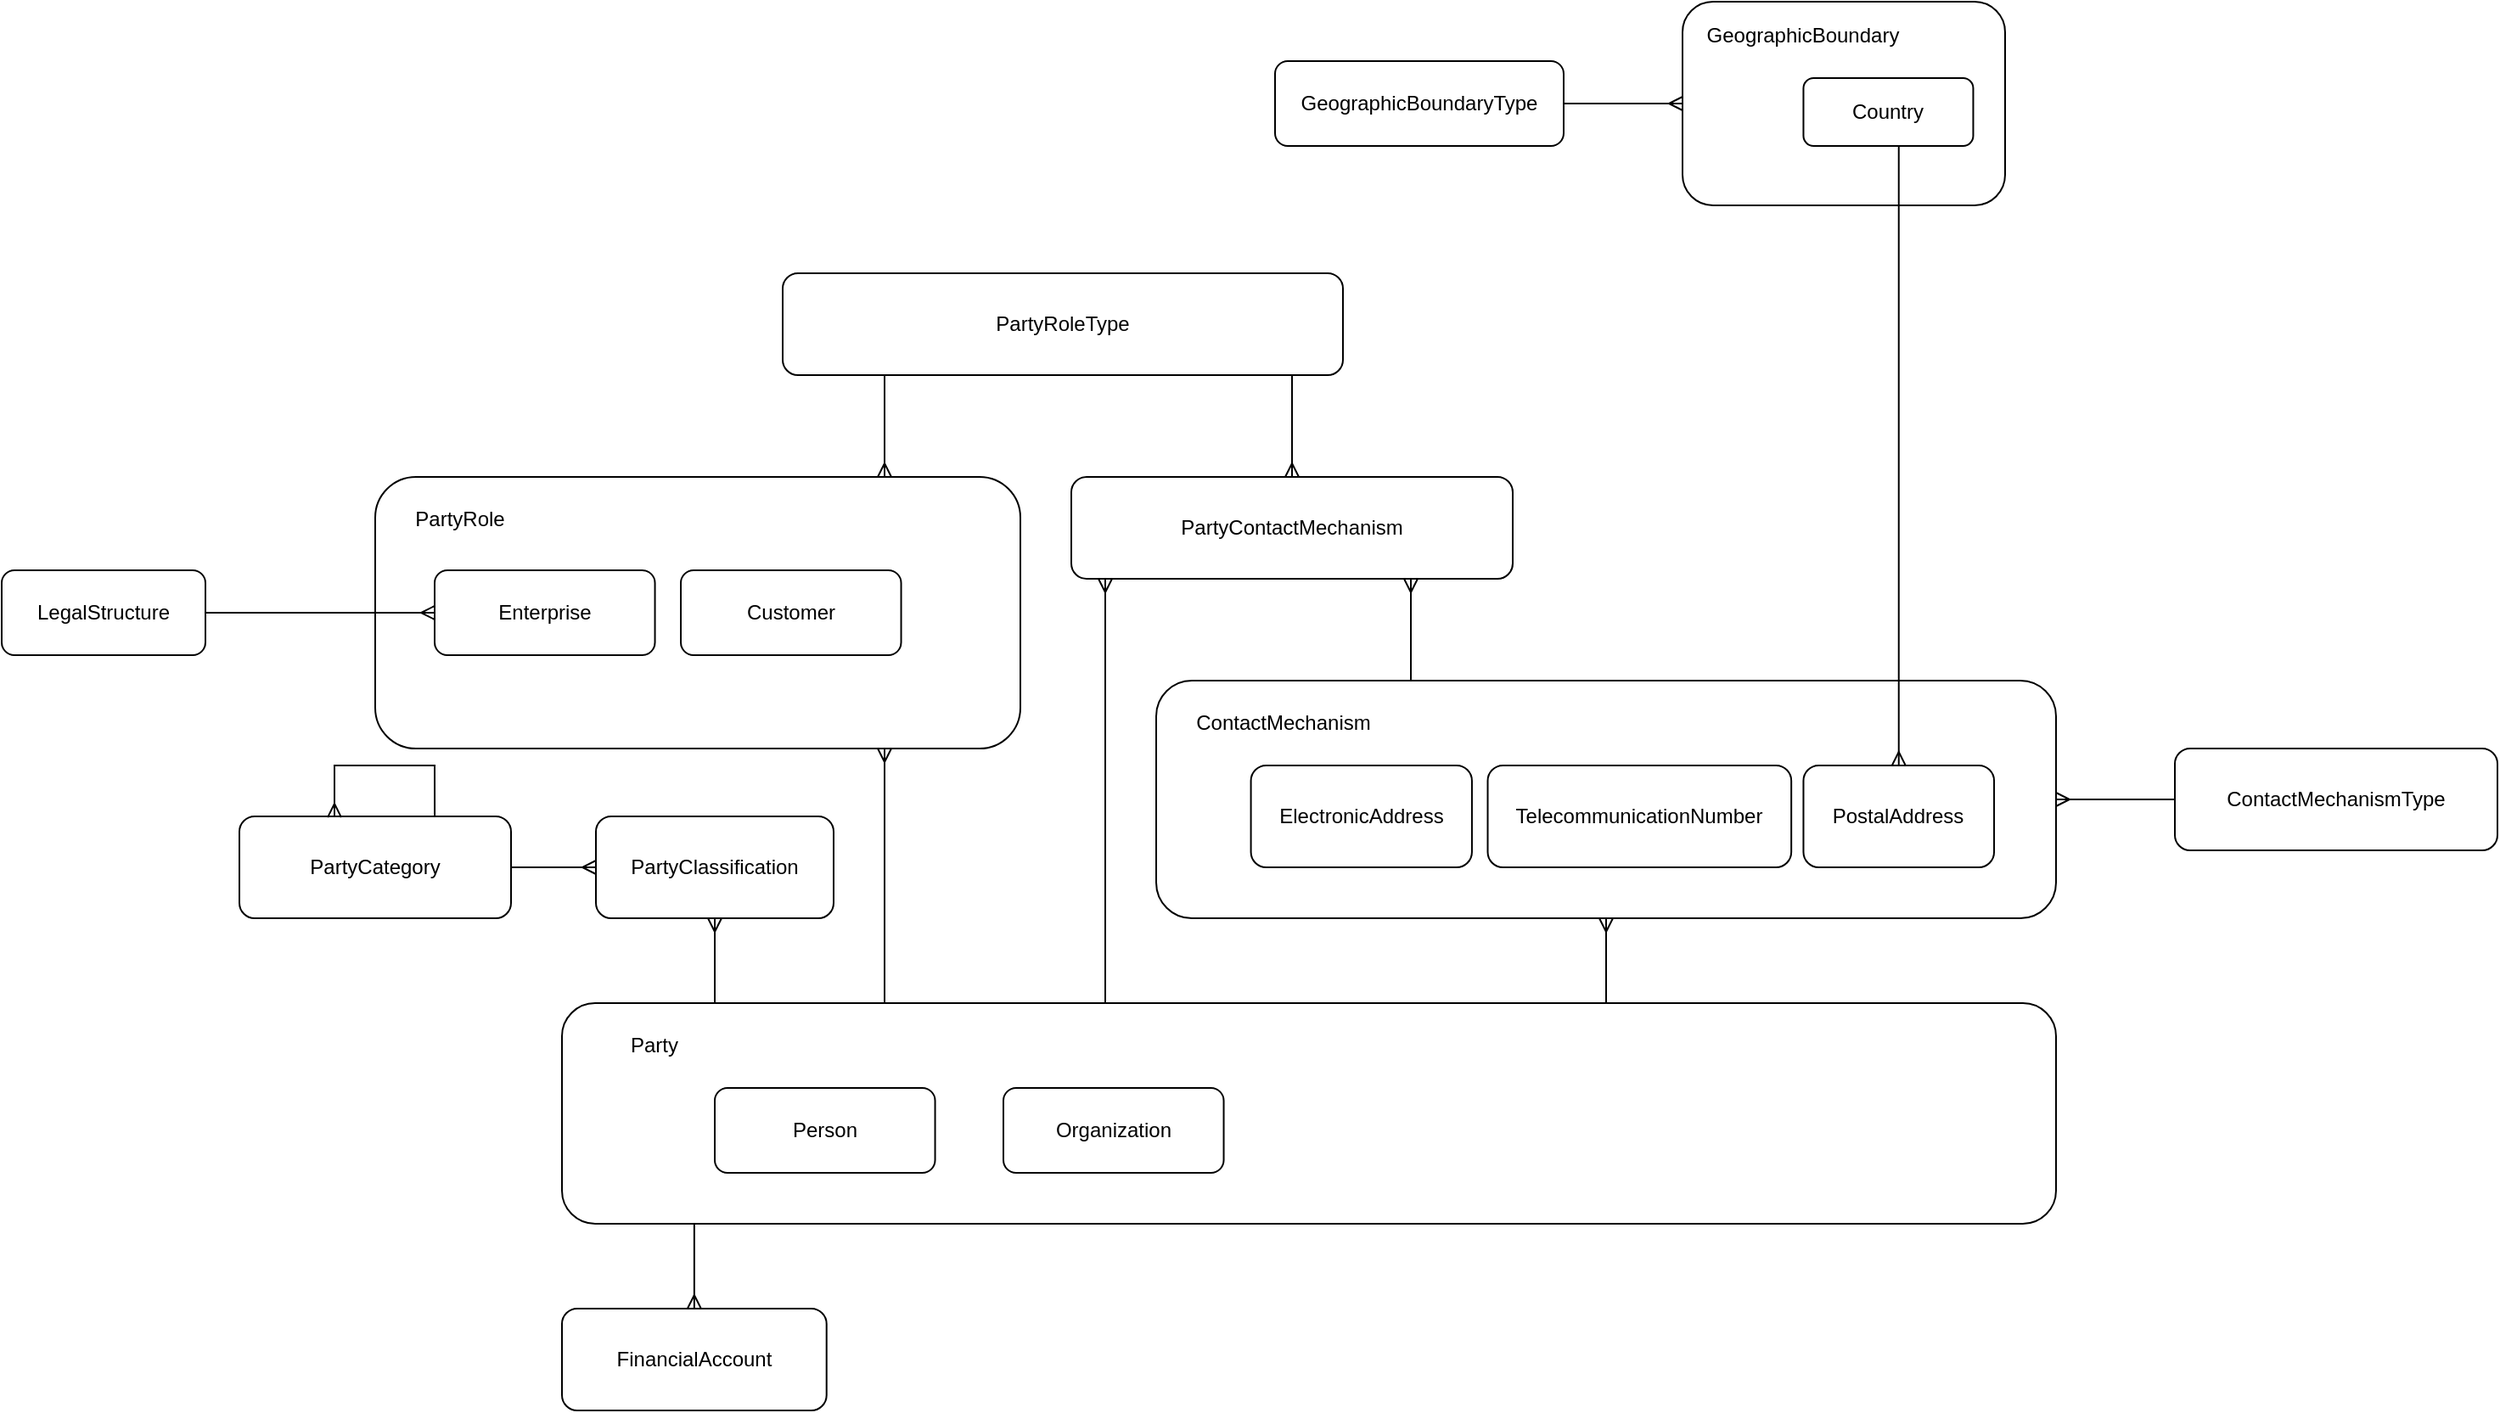
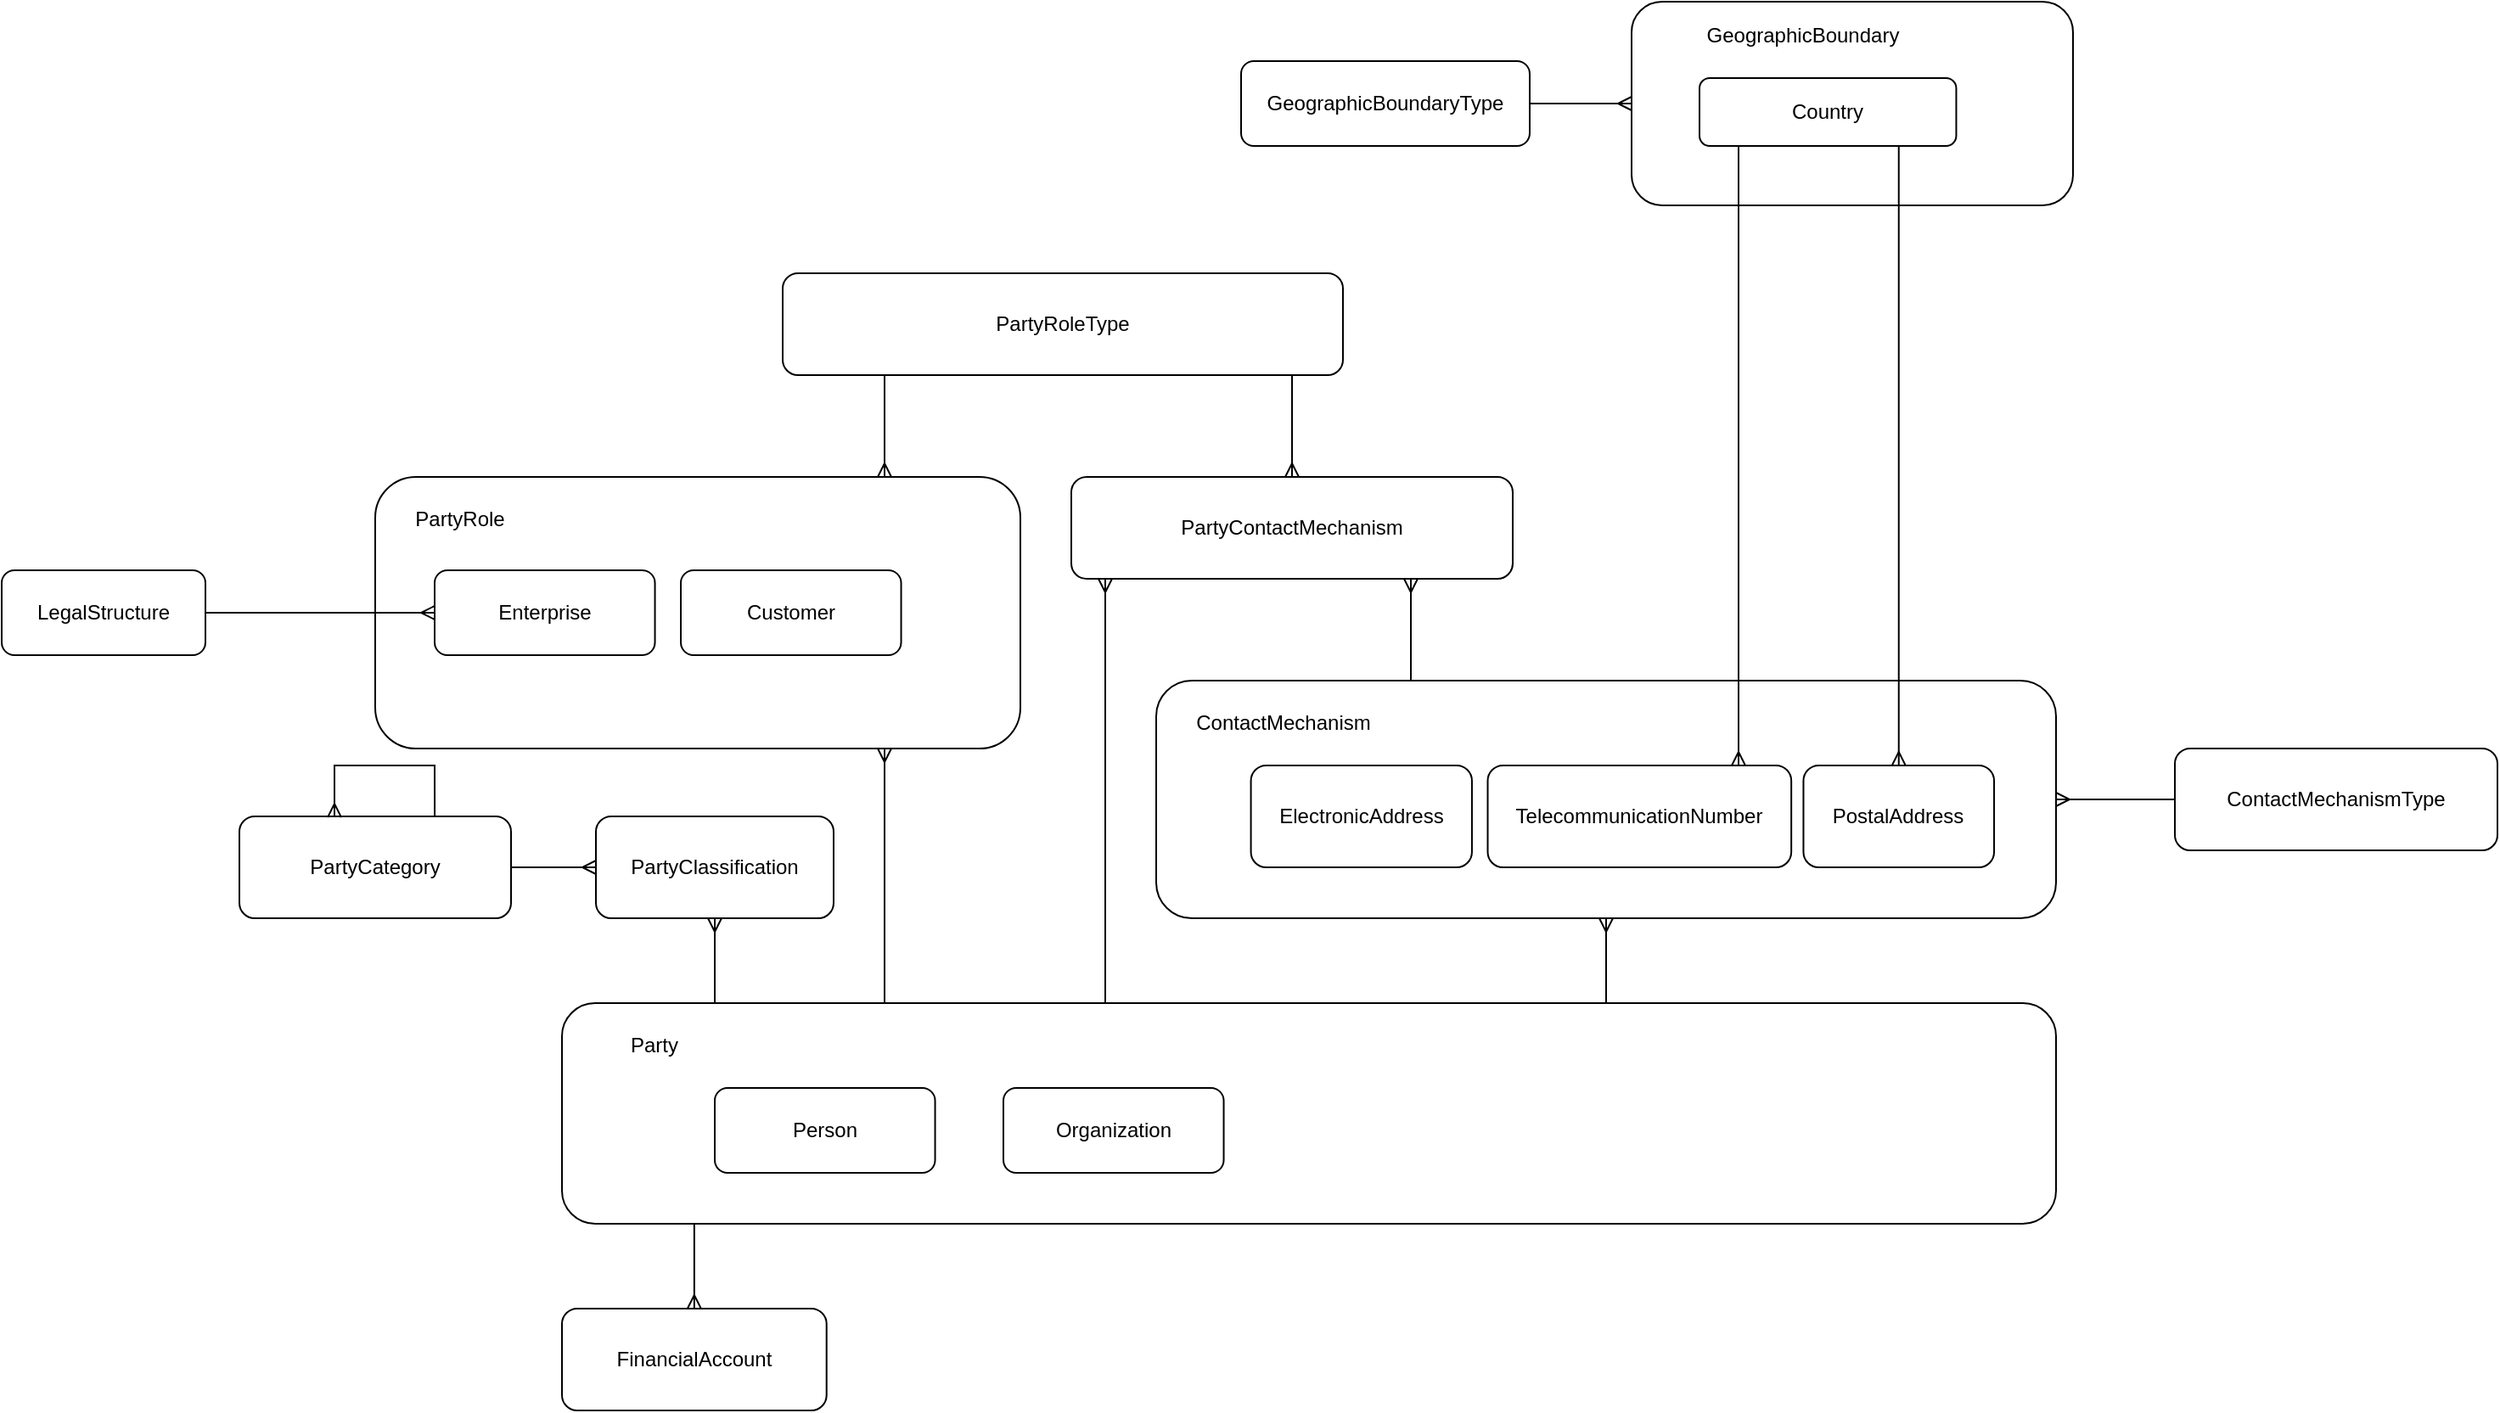
<mxfile host="app.diagrams.net" agent="Mozilla/5.0 (Windows NT 10.0; Win64; x64) AppleWebKit/537.36 (KHTML, like Gecko) Chrome/141.0.0.0 Safari/537.36" version="28.2.9">
  <diagram name="Page-1" id="d0nJ6Fx9cUZLMqGtfM0H">
    <mxGraphModel dx="1947" dy="1755" grid="1" gridSize="10" guides="1" tooltips="1" connect="1" arrows="1" fold="1" page="1" pageScale="1" pageWidth="850" pageHeight="1100" math="0" shadow="0">
      <root>
        <mxCell id="0" />
        <mxCell id="1" parent="0" />
        <mxCell id="tdPrWEJd15tEannaNgth-4" style="edgeStyle=orthogonalEdgeStyle;rounded=0;orthogonalLoop=1;jettySize=auto;html=1;startArrow=ERmany;startFill=0;endArrow=none;endFill=0;" edge="1" parent="1" source="tdPrWEJd15tEannaNgth-2" target="tdPrWEJd15tEannaNgth-3">
          <mxGeometry relative="1" as="geometry" />
        </mxCell>
        <mxCell id="tdPrWEJd15tEannaNgth-3" value="ContactMechanismType" style="rounded=1;whiteSpace=wrap;html=1;" vertex="1" parent="1">
          <mxGeometry x="600" y="260" width="190" height="60" as="geometry" />
        </mxCell>
        <mxCell id="tdPrWEJd15tEannaNgth-13" value="PartyRoleType" style="rounded=1;whiteSpace=wrap;html=1;" vertex="1" parent="1">
          <mxGeometry x="-220" y="-20" width="330" height="60" as="geometry" />
        </mxCell>
        <mxCell id="tdPrWEJd15tEannaNgth-14" style="edgeStyle=orthogonalEdgeStyle;rounded=0;orthogonalLoop=1;jettySize=auto;html=1;startArrow=ERmany;startFill=0;endArrow=none;endFill=0;" edge="1" parent="1" source="tdPrWEJd15tEannaNgth-15" target="tdPrWEJd15tEannaNgth-13">
          <mxGeometry relative="1" as="geometry">
            <mxPoint x="730" y="430" as="sourcePoint" />
            <mxPoint x="730" y="350" as="targetPoint" />
            <Array as="points">
              <mxPoint x="50" y="30" />
              <mxPoint x="50" y="30" />
            </Array>
          </mxGeometry>
        </mxCell>
        <mxCell id="tdPrWEJd15tEannaNgth-15" value="PartyContactMechanism" style="rounded=1;whiteSpace=wrap;html=1;" vertex="1" parent="1">
          <mxGeometry x="-50" y="100" width="260" height="60" as="geometry" />
        </mxCell>
        <mxCell id="tdPrWEJd15tEannaNgth-18" style="edgeStyle=orthogonalEdgeStyle;rounded=0;orthogonalLoop=1;jettySize=auto;html=1;startArrow=ERmany;startFill=0;endArrow=none;endFill=0;" edge="1" parent="1" source="tdPrWEJd15tEannaNgth-15">
          <mxGeometry relative="1" as="geometry">
            <mxPoint x="-30.00117647058829" y="130" as="sourcePoint" />
            <mxPoint x="-30.00117647058829" y="410" as="targetPoint" />
            <Array as="points">
              <mxPoint x="-30" y="210" />
              <mxPoint x="-30" y="210" />
            </Array>
          </mxGeometry>
        </mxCell>
        <mxCell id="tdPrWEJd15tEannaNgth-19" value="" style="group" vertex="1" connectable="0" parent="1">
          <mxGeometry y="220" width="530" height="140" as="geometry" />
        </mxCell>
        <mxCell id="tdPrWEJd15tEannaNgth-2" value="" style="rounded=1;whiteSpace=wrap;html=1;" vertex="1" parent="tdPrWEJd15tEannaNgth-19">
          <mxGeometry width="530" height="140" as="geometry" />
        </mxCell>
        <mxCell id="tdPrWEJd15tEannaNgth-5" value="ElectronicAddress" style="rounded=1;whiteSpace=wrap;html=1;" vertex="1" parent="tdPrWEJd15tEannaNgth-19">
          <mxGeometry x="55.78947368421052" y="50" width="130.17543859649123" height="60" as="geometry" />
        </mxCell>
        <mxCell id="tdPrWEJd15tEannaNgth-6" value="TelecommunicationNumber" style="rounded=1;whiteSpace=wrap;html=1;" vertex="1" parent="tdPrWEJd15tEannaNgth-19">
          <mxGeometry x="195.26315789473682" y="50" width="178.81456140350878" height="60" as="geometry" />
        </mxCell>
        <mxCell id="tdPrWEJd15tEannaNgth-7" value="ContactMechanism" style="text;html=1;whiteSpace=wrap;strokeColor=none;fillColor=none;align=center;verticalAlign=middle;rounded=0;" vertex="1" parent="tdPrWEJd15tEannaNgth-19">
          <mxGeometry x="27.896882591093107" y="10" width="94.41295546558705" height="30" as="geometry" />
        </mxCell>
        <mxCell id="tdPrWEJd15tEannaNgth-8" value="PostalAddress" style="rounded=1;whiteSpace=wrap;html=1;" vertex="1" parent="tdPrWEJd15tEannaNgth-19">
          <mxGeometry x="381.2280701754386" y="50" width="112.29491228070175" height="60" as="geometry" />
        </mxCell>
        <mxCell id="tdPrWEJd15tEannaNgth-20" style="edgeStyle=orthogonalEdgeStyle;rounded=0;orthogonalLoop=1;jettySize=auto;html=1;startArrow=ERmany;startFill=0;endArrow=none;endFill=0;" edge="1" parent="1" source="tdPrWEJd15tEannaNgth-15" target="tdPrWEJd15tEannaNgth-2">
          <mxGeometry relative="1" as="geometry">
            <mxPoint x="370" y="130" as="sourcePoint" />
            <mxPoint x="370" y="440" as="targetPoint" />
            <Array as="points">
              <mxPoint x="150" y="170" />
              <mxPoint x="150" y="170" />
            </Array>
          </mxGeometry>
        </mxCell>
        <mxCell id="tdPrWEJd15tEannaNgth-21" style="edgeStyle=orthogonalEdgeStyle;rounded=0;orthogonalLoop=1;jettySize=auto;html=1;startArrow=ERmany;startFill=0;endArrow=none;endFill=0;" edge="1" parent="1" source="tdPrWEJd15tEannaNgth-2" target="tdPrWEJd15tEannaNgth-1">
          <mxGeometry relative="1" as="geometry">
            <mxPoint x="240" y="400" as="sourcePoint" />
            <mxPoint x="240" y="470" as="targetPoint" />
            <Array as="points">
              <mxPoint x="305" y="420" />
              <mxPoint x="305" y="420" />
            </Array>
          </mxGeometry>
        </mxCell>
        <mxCell id="tdPrWEJd15tEannaNgth-22" value="LegalStructure" style="rounded=1;whiteSpace=wrap;html=1;" vertex="1" parent="1">
          <mxGeometry x="-680" y="155" width="120" height="50" as="geometry" />
        </mxCell>
        <mxCell id="tdPrWEJd15tEannaNgth-27" value="PartyClassification" style="rounded=1;whiteSpace=wrap;html=1;" vertex="1" parent="1">
          <mxGeometry x="-330" y="300" width="140" height="60" as="geometry" />
        </mxCell>
        <mxCell id="tdPrWEJd15tEannaNgth-28" value="PartyCategory" style="rounded=1;whiteSpace=wrap;html=1;" vertex="1" parent="1">
          <mxGeometry x="-540" y="300" width="160" height="60" as="geometry" />
        </mxCell>
        <mxCell id="tdPrWEJd15tEannaNgth-31" style="edgeStyle=orthogonalEdgeStyle;rounded=0;orthogonalLoop=1;jettySize=auto;html=1;startArrow=ERmany;startFill=0;endArrow=none;endFill=0;" edge="1" parent="1" source="tdPrWEJd15tEannaNgth-27" target="tdPrWEJd15tEannaNgth-1">
          <mxGeometry relative="1" as="geometry">
            <mxPoint x="-260" y="180" as="sourcePoint" />
            <mxPoint x="-260" y="250" as="targetPoint" />
            <Array as="points">
              <mxPoint x="-260" y="370" />
              <mxPoint x="-260" y="370" />
            </Array>
          </mxGeometry>
        </mxCell>
        <mxCell id="tdPrWEJd15tEannaNgth-32" style="edgeStyle=orthogonalEdgeStyle;rounded=0;orthogonalLoop=1;jettySize=auto;html=1;startArrow=ERmany;startFill=0;endArrow=none;endFill=0;" edge="1" parent="1" source="tdPrWEJd15tEannaNgth-27" target="tdPrWEJd15tEannaNgth-28">
          <mxGeometry relative="1" as="geometry">
            <mxPoint x="-230" y="210" as="sourcePoint" />
            <mxPoint x="-230" y="280" as="targetPoint" />
            <Array as="points" />
          </mxGeometry>
        </mxCell>
        <mxCell id="tdPrWEJd15tEannaNgth-33" style="edgeStyle=orthogonalEdgeStyle;rounded=0;orthogonalLoop=1;jettySize=auto;html=1;startArrow=ERmany;startFill=0;endArrow=none;endFill=0;exitX=0.35;exitY=0.009;exitDx=0;exitDy=0;exitPerimeter=0;entryX=0.719;entryY=0;entryDx=0;entryDy=0;entryPerimeter=0;" edge="1" parent="1" source="tdPrWEJd15tEannaNgth-28" target="tdPrWEJd15tEannaNgth-28">
          <mxGeometry relative="1" as="geometry">
            <mxPoint x="-485" y="290" as="sourcePoint" />
            <mxPoint x="-425" y="290" as="targetPoint" />
            <Array as="points">
              <mxPoint x="-484" y="270" />
              <mxPoint x="-425" y="270" />
            </Array>
          </mxGeometry>
        </mxCell>
        <mxCell id="tdPrWEJd15tEannaNgth-35" value="" style="rounded=1;whiteSpace=wrap;html=1;" vertex="1" parent="1">
          <mxGeometry x="-460" y="100" width="380" height="160" as="geometry" />
        </mxCell>
        <mxCell id="tdPrWEJd15tEannaNgth-37" style="edgeStyle=orthogonalEdgeStyle;rounded=0;orthogonalLoop=1;jettySize=auto;html=1;startArrow=ERmany;startFill=0;endArrow=none;endFill=0;" edge="1" parent="1" source="tdPrWEJd15tEannaNgth-35">
          <mxGeometry relative="1" as="geometry">
            <mxPoint x="-160" y="260.0000000000002" as="sourcePoint" />
            <mxPoint x="-160" y="410" as="targetPoint" />
            <Array as="points">
              <mxPoint x="-160" y="260" />
            </Array>
          </mxGeometry>
        </mxCell>
        <mxCell id="tdPrWEJd15tEannaNgth-38" style="edgeStyle=orthogonalEdgeStyle;rounded=0;orthogonalLoop=1;jettySize=auto;html=1;startArrow=ERmany;startFill=0;endArrow=none;endFill=0;" edge="1" parent="1" source="tdPrWEJd15tEannaNgth-35" target="tdPrWEJd15tEannaNgth-13">
          <mxGeometry relative="1" as="geometry">
            <mxPoint x="-150" y="170" as="sourcePoint" />
            <mxPoint x="-150" y="20" as="targetPoint" />
            <Array as="points">
              <mxPoint x="-160" y="60" />
              <mxPoint x="-160" y="60" />
            </Array>
          </mxGeometry>
        </mxCell>
        <mxCell id="tdPrWEJd15tEannaNgth-1" value="" style="rounded=1;whiteSpace=wrap;html=1;" vertex="1" parent="1">
          <mxGeometry x="-350" y="410" width="880" height="130" as="geometry" />
        </mxCell>
        <mxCell id="tdPrWEJd15tEannaNgth-9" value="Party" style="text;html=1;whiteSpace=wrap;strokeColor=none;fillColor=none;align=center;verticalAlign=middle;rounded=0;" vertex="1" parent="1">
          <mxGeometry x="-336.46153846153845" y="420" width="81.23076923076923" height="30" as="geometry" />
        </mxCell>
        <mxCell id="tdPrWEJd15tEannaNgth-17" value="Enterprise" style="rounded=1;whiteSpace=wrap;html=1;" vertex="1" parent="1">
          <mxGeometry x="-424.99999999999994" y="155" width="129.77" height="50" as="geometry" />
        </mxCell>
        <mxCell id="tdPrWEJd15tEannaNgth-40" value="PartyRole" style="text;html=1;whiteSpace=wrap;strokeColor=none;fillColor=none;align=center;verticalAlign=middle;rounded=0;" vertex="1" parent="1">
          <mxGeometry x="-440" y="110" width="60" height="30" as="geometry" />
        </mxCell>
        <mxCell id="tdPrWEJd15tEannaNgth-42" style="edgeStyle=orthogonalEdgeStyle;rounded=0;orthogonalLoop=1;jettySize=auto;html=1;startArrow=ERmany;startFill=0;endArrow=none;endFill=0;" edge="1" parent="1" source="tdPrWEJd15tEannaNgth-17" target="tdPrWEJd15tEannaNgth-22">
          <mxGeometry relative="1" as="geometry">
            <mxPoint x="-90" y="320" as="sourcePoint" />
            <mxPoint x="-90" y="480" as="targetPoint" />
            <Array as="points" />
          </mxGeometry>
        </mxCell>
        <mxCell id="tdPrWEJd15tEannaNgth-43" value="Customer" style="rounded=1;whiteSpace=wrap;html=1;" vertex="1" parent="1">
          <mxGeometry x="-280" y="155" width="129.77" height="50" as="geometry" />
        </mxCell>
        <mxCell id="tdPrWEJd15tEannaNgth-44" value="Person" style="rounded=1;whiteSpace=wrap;html=1;" vertex="1" parent="1">
          <mxGeometry x="-260" y="460" width="129.77" height="50" as="geometry" />
        </mxCell>
        <mxCell id="tdPrWEJd15tEannaNgth-45" value="Organization" style="rounded=1;whiteSpace=wrap;html=1;" vertex="1" parent="1">
          <mxGeometry x="-90" y="460" width="129.77" height="50" as="geometry" />
        </mxCell>
        <mxCell id="tdPrWEJd15tEannaNgth-46" value="FinancialAccount" style="rounded=1;whiteSpace=wrap;html=1;" vertex="1" parent="1">
          <mxGeometry x="-350" y="590" width="155.85" height="60" as="geometry" />
        </mxCell>
        <mxCell id="tdPrWEJd15tEannaNgth-47" style="edgeStyle=orthogonalEdgeStyle;rounded=0;orthogonalLoop=1;jettySize=auto;html=1;startArrow=ERmany;startFill=0;endArrow=none;endFill=0;" edge="1" parent="1" source="tdPrWEJd15tEannaNgth-46" target="tdPrWEJd15tEannaNgth-1">
          <mxGeometry relative="1" as="geometry">
            <mxPoint x="-80" y="670" as="sourcePoint" />
            <mxPoint x="-80" y="730" as="targetPoint" />
            <Array as="points">
              <mxPoint x="-278" y="610" />
              <mxPoint x="-278" y="610" />
            </Array>
          </mxGeometry>
        </mxCell>
        <mxCell id="tdPrWEJd15tEannaNgth-48" value="" style="rounded=1;whiteSpace=wrap;html=1;" vertex="1" parent="1">
-           <mxGeometry x="310" y="-180" width="190" height="120" as="geometry" />
+           <mxGeometry x="280" y="-180" width="260" height="120" as="geometry" />
        </mxCell>
        <mxCell id="tdPrWEJd15tEannaNgth-49" value="GeographicBoundary" style="text;html=1;whiteSpace=wrap;strokeColor=none;fillColor=none;align=center;verticalAlign=middle;rounded=0;" vertex="1" parent="1">
          <mxGeometry x="310" y="-175" width="142.07" height="30" as="geometry" />
        </mxCell>
        <mxCell id="tdPrWEJd15tEannaNgth-50" value="GeographicBoundaryType" style="rounded=1;whiteSpace=wrap;html=1;" vertex="1" parent="1">
-           <mxGeometry x="70" y="-145" width="170" height="50" as="geometry" />
+           <mxGeometry x="50" y="-145" width="170" height="50" as="geometry" />
        </mxCell>
        <mxCell id="tdPrWEJd15tEannaNgth-51" value="Country" style="rounded=1;whiteSpace=wrap;html=1;" vertex="1" parent="1">
-           <mxGeometry x="381.23" y="-135" width="100" height="40" as="geometry" />
+           <mxGeometry x="320" y="-135" width="151.23" height="40" as="geometry" />
        </mxCell>
        <mxCell id="tdPrWEJd15tEannaNgth-52" style="edgeStyle=orthogonalEdgeStyle;rounded=0;orthogonalLoop=1;jettySize=auto;html=1;startArrow=ERmany;startFill=0;endArrow=none;endFill=0;" edge="1" parent="1" source="tdPrWEJd15tEannaNgth-48" target="tdPrWEJd15tEannaNgth-50">
          <mxGeometry relative="1" as="geometry">
            <mxPoint x="120" y="60" as="sourcePoint" />
            <mxPoint x="120" as="targetPoint" />
            <Array as="points" />
          </mxGeometry>
        </mxCell>
        <mxCell id="tdPrWEJd15tEannaNgth-53" style="edgeStyle=orthogonalEdgeStyle;rounded=0;orthogonalLoop=1;jettySize=auto;html=1;startArrow=ERmany;startFill=0;endArrow=none;endFill=0;" edge="1" parent="1" source="tdPrWEJd15tEannaNgth-8" target="tdPrWEJd15tEannaNgth-51">
          <mxGeometry relative="1" as="geometry">
            <mxPoint x="544" y="60" as="sourcePoint" />
            <mxPoint x="460" y="60" as="targetPoint" />
            <Array as="points">
              <mxPoint x="440" y="-110" />
+             </Array>
+           </mxGeometry>
+         </mxCell>
+         <mxCell id="tdPrWEJd15tEannaNgth-54" style="edgeStyle=orthogonalEdgeStyle;rounded=0;orthogonalLoop=1;jettySize=auto;html=1;startArrow=ERmany;startFill=0;endArrow=none;endFill=0;" edge="1" parent="1" source="tdPrWEJd15tEannaNgth-6" target="tdPrWEJd15tEannaNgth-51">
+           <mxGeometry relative="1" as="geometry">
+             <mxPoint x="340" y="490" as="sourcePoint" />
+             <mxPoint x="340" y="125" as="targetPoint" />
+             <Array as="points">
+               <mxPoint x="343" y="190" />
+               <mxPoint x="343" y="190" />
            </Array>
          </mxGeometry>
        </mxCell>
      </root>
    </mxGraphModel>
  </diagram>
</mxfile>
